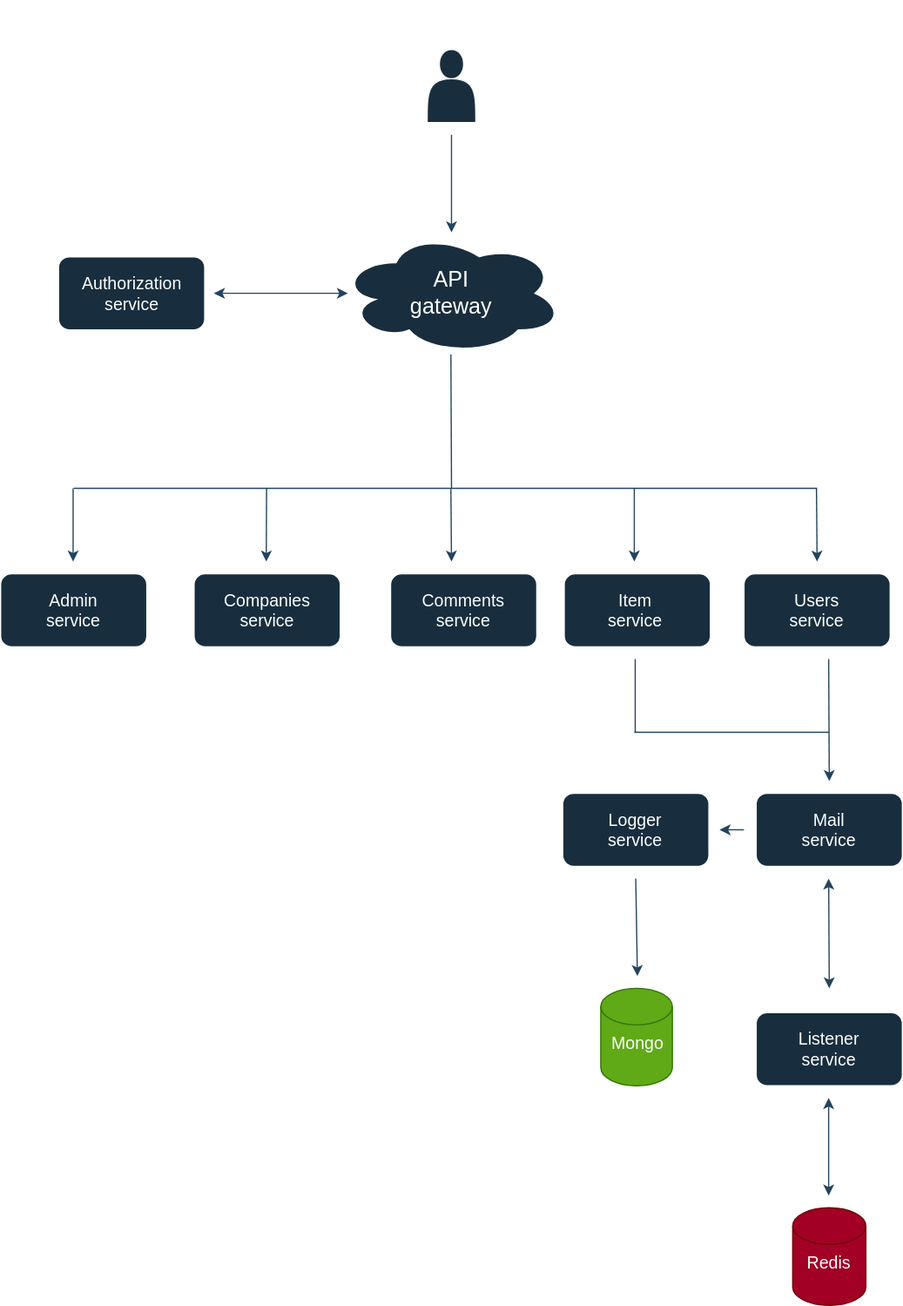
Earlier version of the draw.io export all/shopper-micro.drawio.svg (havrydotdev/diagrams). Source tidied: cells renumbered, new cells last; positions are measured from the earlier drawing's top-left corner, leaving out a move shared by most shapes.
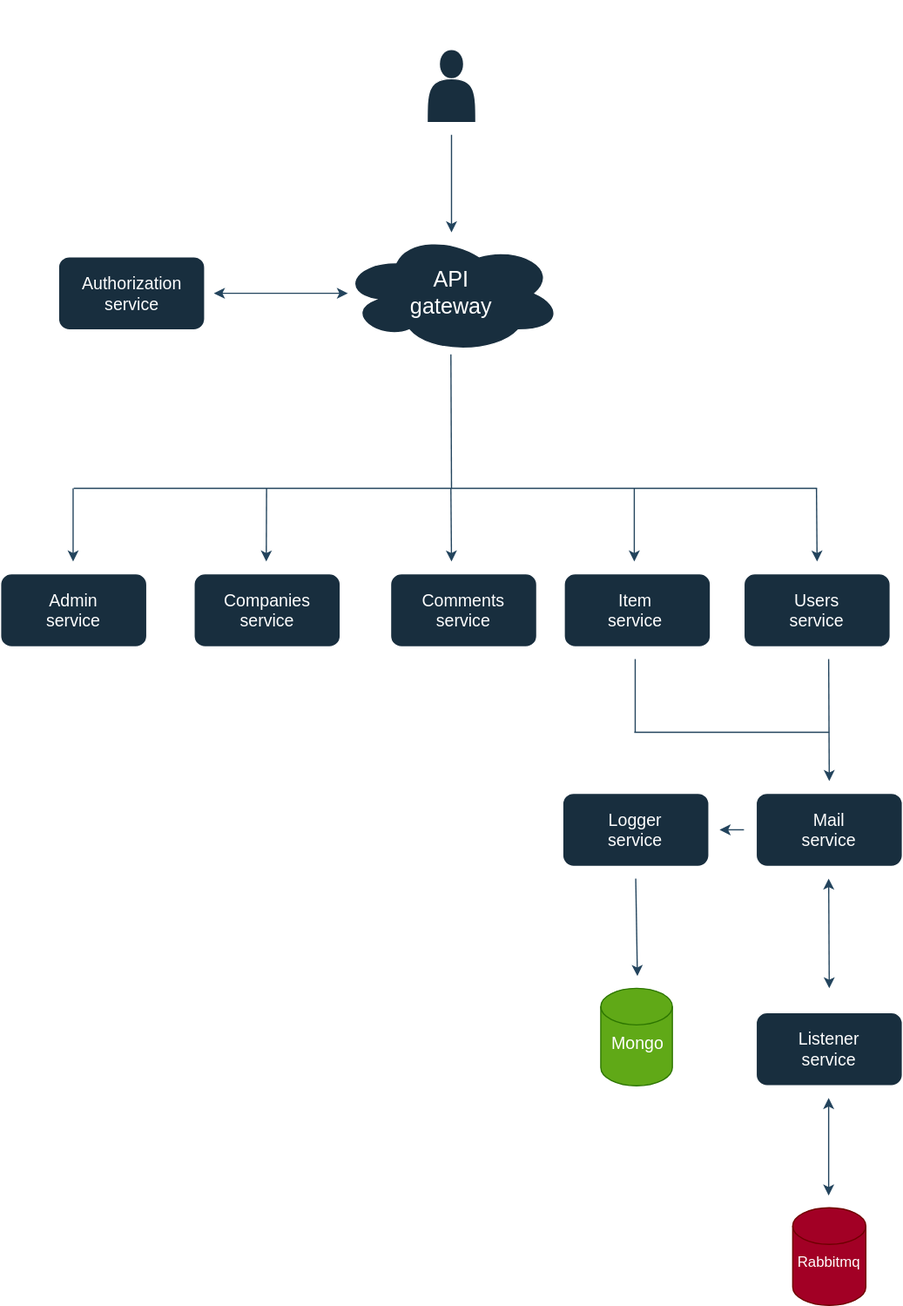
Above is the later version.

Change to the diagram source:
```diff
@@ -107,7 +107,7 @@
         <mxPoint x="679.5" y="900" as="targetPoint" />
       </mxGeometry>
     </mxCell>
-    <mxCell id="31" value="&lt;font style=&quot;font-size: 14px;&quot;&gt;Redis&lt;/font&gt;" style="text;strokeColor=none;align=center;fillColor=none;html=1;verticalAlign=middle;whiteSpace=wrap;rounded=0;labelBackgroundColor=none;fontColor=#FFFFFF;" parent="1" vertex="1">
+    <mxCell id="31" value="&lt;font style=&quot;font-size: 12px;&quot;&gt;Rabbitmq&lt;/font&gt;" style="text;strokeColor=none;align=center;fillColor=none;html=1;verticalAlign=middle;whiteSpace=wrap;rounded=0;labelBackgroundColor=none;fontColor=#FFFFFF;" parent="1" vertex="1">
       <mxGeometry x="650" y="1020" width="60" height="30" as="geometry" />
     </mxCell>
     <mxCell id="32" value="gRPC" style="text;strokeColor=none;align=center;fillColor=none;html=1;verticalAlign=middle;whiteSpace=wrap;rounded=0;rotation=90;labelBackgroundColor=none;fontColor=#FFFFFF;" parent="1" vertex="1">
```
